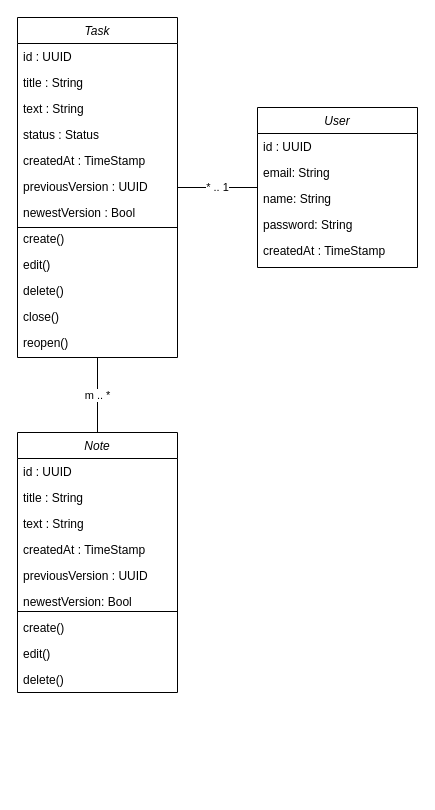
Above: design/classes.drawio in denestoth/simplenotes (draw.io), before the change. Source tidied: cells renumbered, new cells numbered last; positions are measured from the earlier drawing's top-left corner, leaving out a move shared by most shapes. Both pictures are drawn from the tidied source at 100%, with x=0, y=0 at pixel (17, 17).
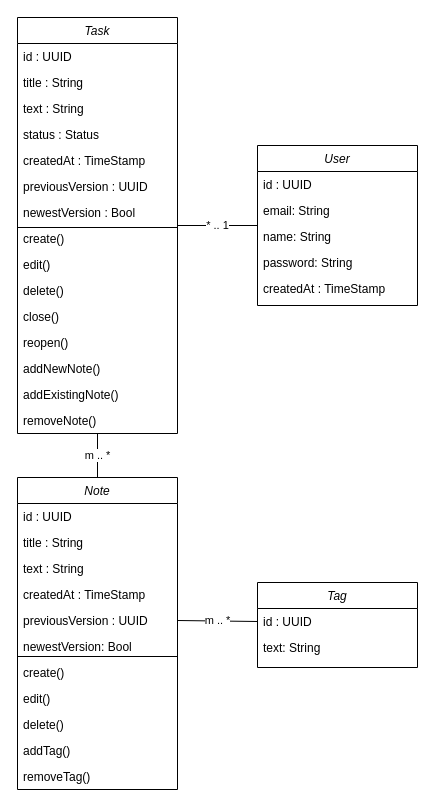
The same diagram, later.

The change refers to these unchanged cells:
```xml
<mxCell id="21" value="previousVersion : UUID" style="text;align=left;verticalAlign=top;spacingLeft=4;spacingRight=4;overflow=hidden;points=[[0,0.5],[1,0.5]];portConstraint=eastwest;rounded=0;shadow=0;html=0;" parent="16" vertex="1">
  <mxGeometry y="130" width="160" height="26" as="geometry" />
</mxCell>
```

Change to the diagram source:
```diff
@@
     <mxCell id="2" value="Task" style="swimlane;fontStyle=2;align=center;verticalAlign=top;horizontal=1;startSize=26;rounded=0;shadow=0;strokeWidth=1;" parent="1" vertex="1">
-      <mxGeometry width="160" height="340" as="geometry" />
+      <mxGeometry width="160" height="416" as="geometry" />
     </mxCell>
@@
+    <mxCell id="35" value="reopen()" style="text;align=left;verticalAlign=top;spacingLeft=4;spacingRight=4;overflow=hidden;rounded=0;shadow=0;html=0;" parent="2" vertex="1">
+      <mxGeometry y="312" width="160" height="26" as="geometry" />
+    </mxCell>
+    <mxCell id="36" value="addNewNote()" style="text;align=left;verticalAlign=top;spacingLeft=4;spacingRight=4;overflow=hidden;rounded=0;shadow=0;html=0;" parent="2" vertex="1">
+      <mxGeometry y="338" width="160" height="26" as="geometry" />
+    </mxCell>
-    <mxCell id="15" value="reopen()" style="text;align=left;verticalAlign=top;spacingLeft=4;spacingRight=4;overflow=hidden;rounded=0;shadow=0;html=0;" parent="2" vertex="1">
-      <mxGeometry y="312" width="160" height="26" as="geometry" />
+    <mxCell id="15" value="addExistingNote()" style="text;align=left;verticalAlign=top;spacingLeft=4;spacingRight=4;overflow=hidden;rounded=0;shadow=0;html=0;" parent="2" vertex="1">
+      <mxGeometry y="364" width="160" height="26" as="geometry" />
     </mxCell>
+    <mxCell id="37" value="removeNote()" style="text;align=left;verticalAlign=top;spacingLeft=4;spacingRight=4;overflow=hidden;rounded=0;shadow=0;html=0;" parent="2" vertex="1">
+      <mxGeometry y="390" width="160" height="26" as="geometry" />
+    </mxCell>
     <mxCell id="16" value="Note" style="swimlane;fontStyle=2;align=center;verticalAlign=top;horizontal=1;startSize=26;rounded=0;shadow=0;strokeWidth=1;" parent="1" vertex="1">
-      <mxGeometry y="415" width="160" height="260" as="geometry" />
+      <mxGeometry y="460" width="160" height="312" as="geometry" />
     </mxCell>
@@
+    <mxCell id="38" value="delete()" style="text;align=left;verticalAlign=top;spacingLeft=4;spacingRight=4;overflow=hidden;rounded=0;shadow=0;html=0;" parent="16" vertex="1">
+      <mxGeometry y="234" width="160" height="26" as="geometry" />
+    </mxCell>
+    <mxCell id="39" value="addTag()" style="text;align=left;verticalAlign=top;spacingLeft=4;spacingRight=4;overflow=hidden;rounded=0;shadow=0;html=0;" parent="16" vertex="1">
+      <mxGeometry y="260" width="160" height="26" as="geometry" />
+    </mxCell>
-    <mxCell id="26" value="delete()" style="text;align=left;verticalAlign=top;spacingLeft=4;spacingRight=4;overflow=hidden;rounded=0;shadow=0;html=0;" parent="16" vertex="1">
-      <mxGeometry y="234" width="160" height="26" as="geometry" />
+    <mxCell id="26" value="removeTag()" style="text;align=left;verticalAlign=top;spacingLeft=4;spacingRight=4;overflow=hidden;rounded=0;shadow=0;html=0;" parent="16" vertex="1">
+      <mxGeometry y="286" width="160" height="26" as="geometry" />
     </mxCell>
@@
     <mxCell id="28" value="User" style="swimlane;fontStyle=2;align=center;verticalAlign=top;horizontal=1;startSize=26;rounded=0;shadow=0;strokeWidth=1;" parent="1" vertex="1">
-      <mxGeometry x="240" y="90" width="160" height="160" as="geometry" />
+      <mxGeometry x="240" y="128" width="160" height="160" as="geometry" />
     </mxCell>
@@
+    <mxCell id="40" value="Tag" style="swimlane;fontStyle=2;align=center;verticalAlign=top;horizontal=1;startSize=26;rounded=0;shadow=0;strokeWidth=1;" parent="1" vertex="1">
+      <mxGeometry x="240" y="565" width="160" height="85" as="geometry" />
+    </mxCell>
+    <mxCell id="41" value="id : UUID" style="text;align=left;verticalAlign=top;spacingLeft=4;spacingRight=4;overflow=hidden;points=[[0,0.5],[1,0.5]];portConstraint=eastwest;" parent="40" vertex="1">
+      <mxGeometry y="26" width="160" height="26" as="geometry" />
+    </mxCell>
+    <mxCell id="42" value="text: String" style="text;align=left;verticalAlign=top;spacingLeft=4;spacingRight=4;overflow=hidden;rounded=0;shadow=0;html=0;" parent="40" vertex="1">
+      <mxGeometry y="52" width="160" height="26" as="geometry" />
+    </mxCell>
+    <mxCell id="43" value="m .. *" style="endArrow=none;html=1;exitX=1;exitY=0.5;exitDx=0;exitDy=0;entryX=0;entryY=0.5;entryDx=0;entryDy=0;" parent="1" edge="1" source="21" target="41">
+      <mxGeometry relative="1" as="geometry" />
+    </mxCell>
```
